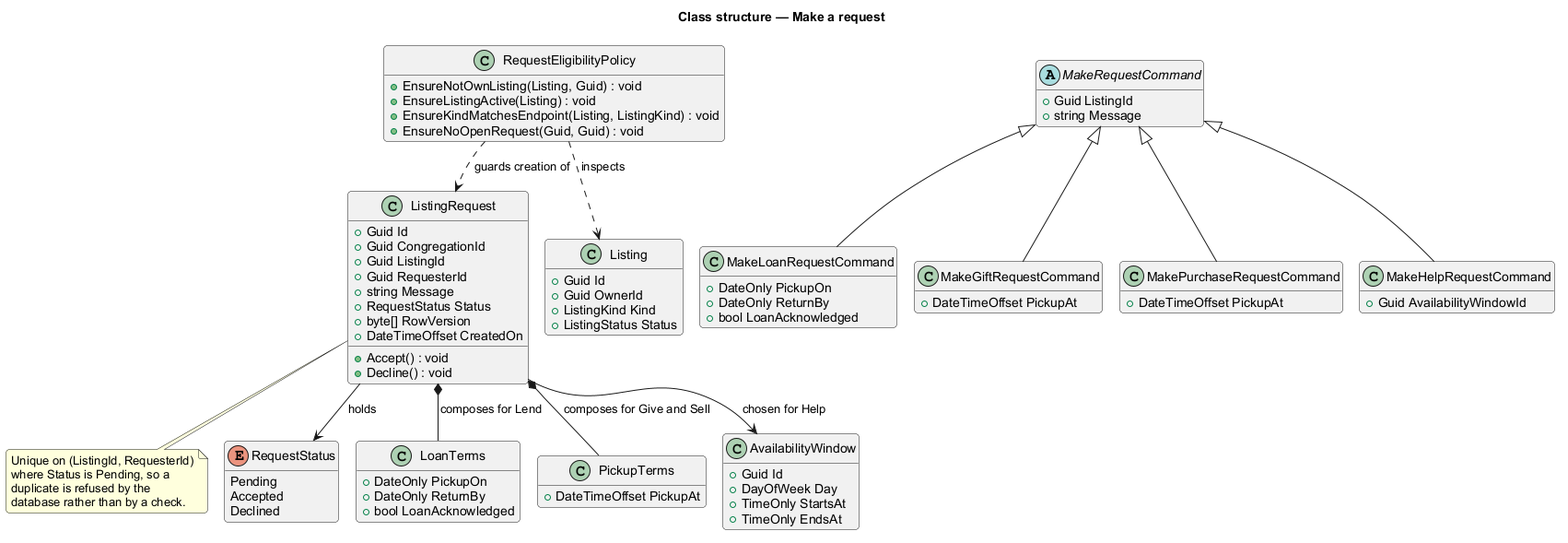
QuinntyneBrown/Barnabas keeps this PlantUML diagram as docs/detailed-designs/requests/make-a-request/diagrams/class-structure.png. Above is the earlier version. Its diagram source:
```plantuml
@startuml
!pragma layout smetana
title Class structure — Make a request
skinparam backgroundColor #FFFFFF
skinparam shadowing false
skinparam roundcorner 8
skinparam defaultFontName Arial
hide empty members

class ListingRequest {
  +Guid Id
  +Guid CongregationId
  +Guid ListingId
  +Guid RequesterId
  +string Message
  +RequestStatus Status
  +byte[] RowVersion
  +DateTimeOffset CreatedOn
  +Accept() : void
  +Decline() : void
}
note bottom of ListingRequest
  Unique on (ListingId, RequesterId)
  where Status is Pending, so a
  duplicate is refused by the
  database rather than by a check.
end note

enum RequestStatus {
  Pending
  Accepted
  Declined
}

class LoanTerms {
  +DateOnly PickupOn
  +DateOnly ReturnBy
  +bool LoanAcknowledged
}
class PickupTerms {
  +DateTimeOffset PickupAt
}
class AvailabilityWindow {
  +Guid Id
  +DayOfWeek Day
  +TimeOnly StartsAt
  +TimeOnly EndsAt
}

abstract class MakeRequestCommand {
  +Guid ListingId
  +string Message
}
class MakeLoanRequestCommand {
  +DateOnly PickupOn
  +DateOnly ReturnBy
  +bool LoanAcknowledged
}
class MakeGiftRequestCommand {
  +DateTimeOffset PickupAt
}
class MakePurchaseRequestCommand {
  +DateTimeOffset PickupAt
}
class MakeHelpRequestCommand {
  +Guid AvailabilityWindowId
}

class RequestEligibilityPolicy {
  +EnsureNotOwnListing(Listing, Guid) : void
  +EnsureListingActive(Listing) : void
  +EnsureKindMatchesEndpoint(Listing, ListingKind) : void
  +EnsureNoOpenRequest(Guid, Guid) : void
}
class Listing {
  +Guid Id
  +Guid OwnerId
  +ListingKind Kind
  +ListingStatus Status
}

MakeRequestCommand <|-- MakeLoanRequestCommand
MakeRequestCommand <|-- MakeGiftRequestCommand
MakeRequestCommand <|-- MakePurchaseRequestCommand
MakeRequestCommand <|-- MakeHelpRequestCommand

ListingRequest --> RequestStatus : holds
ListingRequest *-- LoanTerms : composes for Lend
ListingRequest *-- PickupTerms : composes for Give and Sell
ListingRequest --> AvailabilityWindow : chosen for Help
RequestEligibilityPolicy ..> Listing : inspects
RequestEligibilityPolicy ..> ListingRequest : guards creation of
@enduml
```
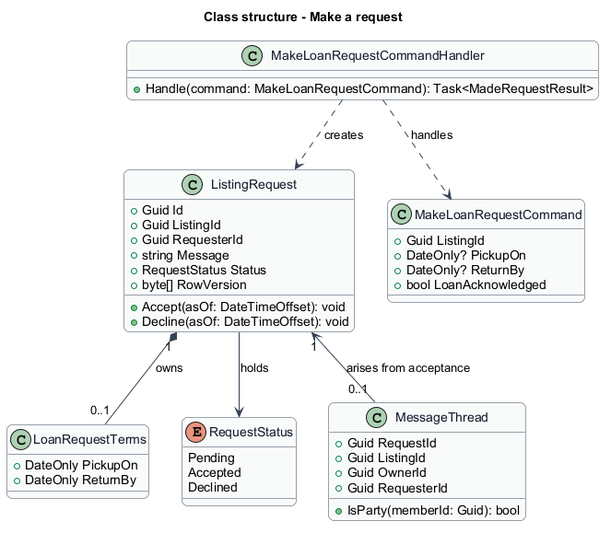
After the change.

Diff of the diagram source:
```diff
@@ -1,93 +1,63 @@
 @startuml
-!pragma layout smetana
-title Class structure — Make a request
 skinparam backgroundColor #FFFFFF
 skinparam shadowing false
-skinparam roundcorner 8
+skinparam roundcorner 12
 skinparam defaultFontName Arial
-hide empty members
-
+skinparam ArrowColor #344054
+skinparam rectangle {
+  BorderColor #344054
+  FontColor #101828
+}
+skinparam package {
+  BorderColor #667085
+  FontColor #101828
+  BackgroundColor #F9FAFB
+}
+skinparam class {
+  BorderColor #344054
+  FontColor #101828
+  BackgroundColor #F9FAFB
+}
+title Class structure - Make a request
 class ListingRequest {
   +Guid Id
-  +Guid CongregationId
   +Guid ListingId
   +Guid RequesterId
   +string Message
   +RequestStatus Status
   +byte[] RowVersion
-  +DateTimeOffset CreatedOn
-  +Accept() : void
-  +Decline() : void
+  +Accept(asOf: DateTimeOffset): void
+  +Decline(asOf: DateTimeOffset): void
 }
-note bottom of ListingRequest
-  Unique on (ListingId, RequesterId)
-  where Status is Pending, so a
-  duplicate is refused by the
-  database rather than by a check.
-end note
-
+class LoanRequestTerms {
+  +DateOnly PickupOn
+  +DateOnly ReturnBy
+}
 enum RequestStatus {
   Pending
   Accepted
   Declined
 }
+class MessageThread {
+  +Guid RequestId
+  +Guid ListingId
+  +Guid OwnerId
+  +Guid RequesterId
+  +IsParty(memberId: Guid): bool
+}
+ListingRequest --> RequestStatus : holds
+ListingRequest "1" *-- "0..1" LoanRequestTerms : owns
+ListingRequest "1" <-- "0..1" MessageThread : arises from acceptance
 
-class LoanTerms {
-  +DateOnly PickupOn
-  +DateOnly ReturnBy
+class MakeLoanRequestCommand {
+  +Guid ListingId
+  +DateOnly? PickupOn
+  +DateOnly? ReturnBy
   +bool LoanAcknowledged
 }
-class PickupTerms {
-  +DateTimeOffset PickupAt
+class MakeLoanRequestCommandHandler {
+  +Handle(command: MakeLoanRequestCommand): Task<MadeRequestResult>
 }
-class AvailabilityWindow {
-  +Guid Id
-  +DayOfWeek Day
-  +TimeOnly StartsAt
-  +TimeOnly EndsAt
-}
-
-abstract class MakeRequestCommand {
-  +Guid ListingId
-  +string Message
-}
-class MakeLoanRequestCommand {
-  +DateOnly PickupOn
-  +DateOnly ReturnBy
-  +bool LoanAcknowledged
-}
-class MakeGiftRequestCommand {
-  +DateTimeOffset PickupAt
-}
-class MakePurchaseRequestCommand {
-  +DateTimeOffset PickupAt
-}
-class MakeHelpRequestCommand {
-  +Guid AvailabilityWindowId
-}
-
-class RequestEligibilityPolicy {
-  +EnsureNotOwnListing(Listing, Guid) : void
-  +EnsureListingActive(Listing) : void
-  +EnsureKindMatchesEndpoint(Listing, ListingKind) : void
-  +EnsureNoOpenRequest(Guid, Guid) : void
-}
-class Listing {
-  +Guid Id
-  +Guid OwnerId
-  +ListingKind Kind
-  +ListingStatus Status
-}
-
-MakeRequestCommand <|-- MakeLoanRequestCommand
-MakeRequestCommand <|-- MakeGiftRequestCommand
-MakeRequestCommand <|-- MakePurchaseRequestCommand
-MakeRequestCommand <|-- MakeHelpRequestCommand
-
-ListingRequest --> RequestStatus : holds
-ListingRequest *-- LoanTerms : composes for Lend
-ListingRequest *-- PickupTerms : composes for Give and Sell
-ListingRequest --> AvailabilityWindow : chosen for Help
-RequestEligibilityPolicy ..> Listing : inspects
-RequestEligibilityPolicy ..> ListingRequest : guards creation of
+MakeLoanRequestCommandHandler ..> MakeLoanRequestCommand : handles
+MakeLoanRequestCommandHandler ..> ListingRequest : creates
 @enduml
```
